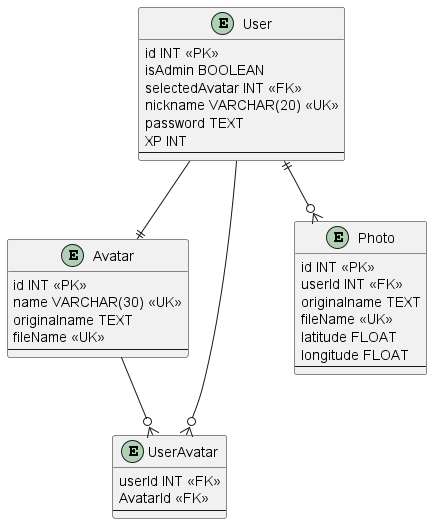
This is database/design/DER.png from augusto-dmh/095cm_xrlab_backend, a PlantUML export, as it was before one commit.
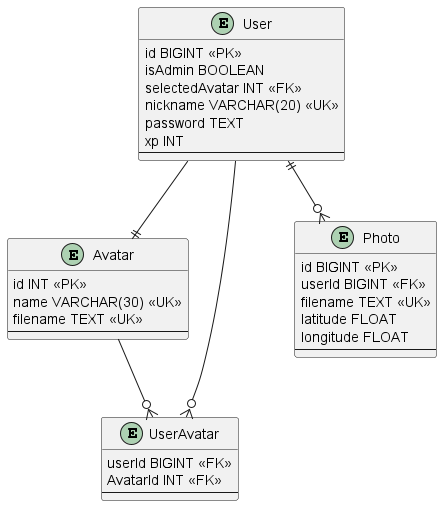
The same diagram one commit later.

Commit message:
refactor: some pk/fk to unsigned bigint

What changed in the source:
```diff
@@ -1,34 +1,32 @@
 @startuml DER
 
 entity User {
-    id INT <<PK>>
+    id BIGINT <<PK>>
     isAdmin BOOLEAN
     selectedAvatar INT <<FK>>
     nickname VARCHAR(20) <<UK>>
     password TEXT
-    XP INT
+    xp INT
     --
 }
 
 entity Avatar {
     id INT <<PK>>
     name VARCHAR(30) <<UK>>
-    originalname TEXT
-    fileName <<UK>>
+    filename TEXT <<UK>>
     --
 }
 
 entity UserAvatar {
-    userId INT <<FK>>
-    AvatarId <<FK>>
+    userId BIGINT <<FK>>
+    AvatarId INT <<FK>>
     --
 }
 
 entity Photo {
-    id INT <<PK>>
-    userId INT <<FK>>
-    originalname TEXT
-    fileName <<UK>>
+    id BIGINT <<PK>>
+    userId BIGINT <<FK>>
+    filename TEXT <<UK>>
     latitude FLOAT
     longitude FLOAT
     --
```
